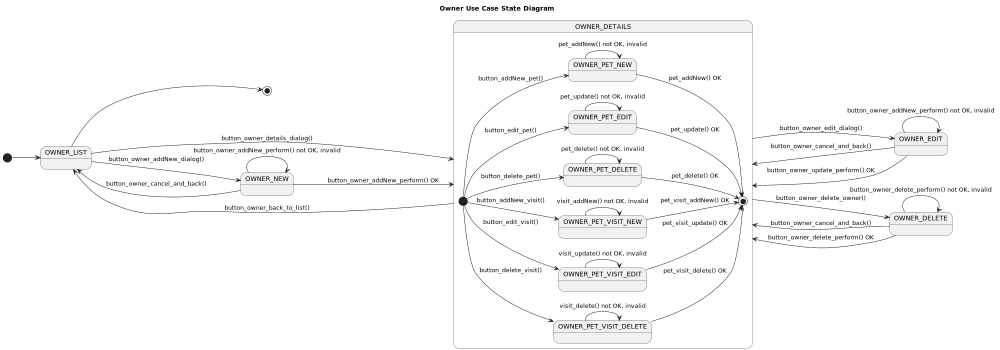
Before: uml/owner/concept/Owner__UseCases__State-Owner_Use_Case_State_Diagram.png, a diagram exported from PlantUML (Jakarta-EE-Petclinic/petclinic-uml).
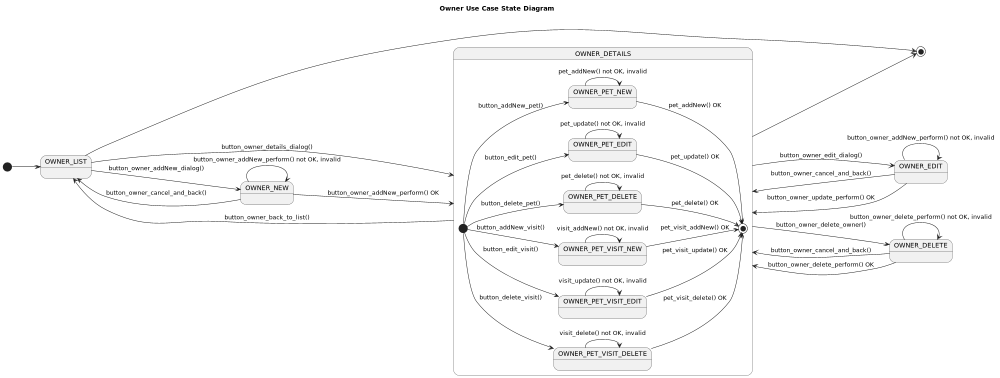
After the commit.

The edit, as a diff of the source:
```diff
@@ -79,5 +79,6 @@
 }
 
 OWNER_LIST --> [*]
+OWNER_DETAILS --> [*]
 
 @enduml
```
